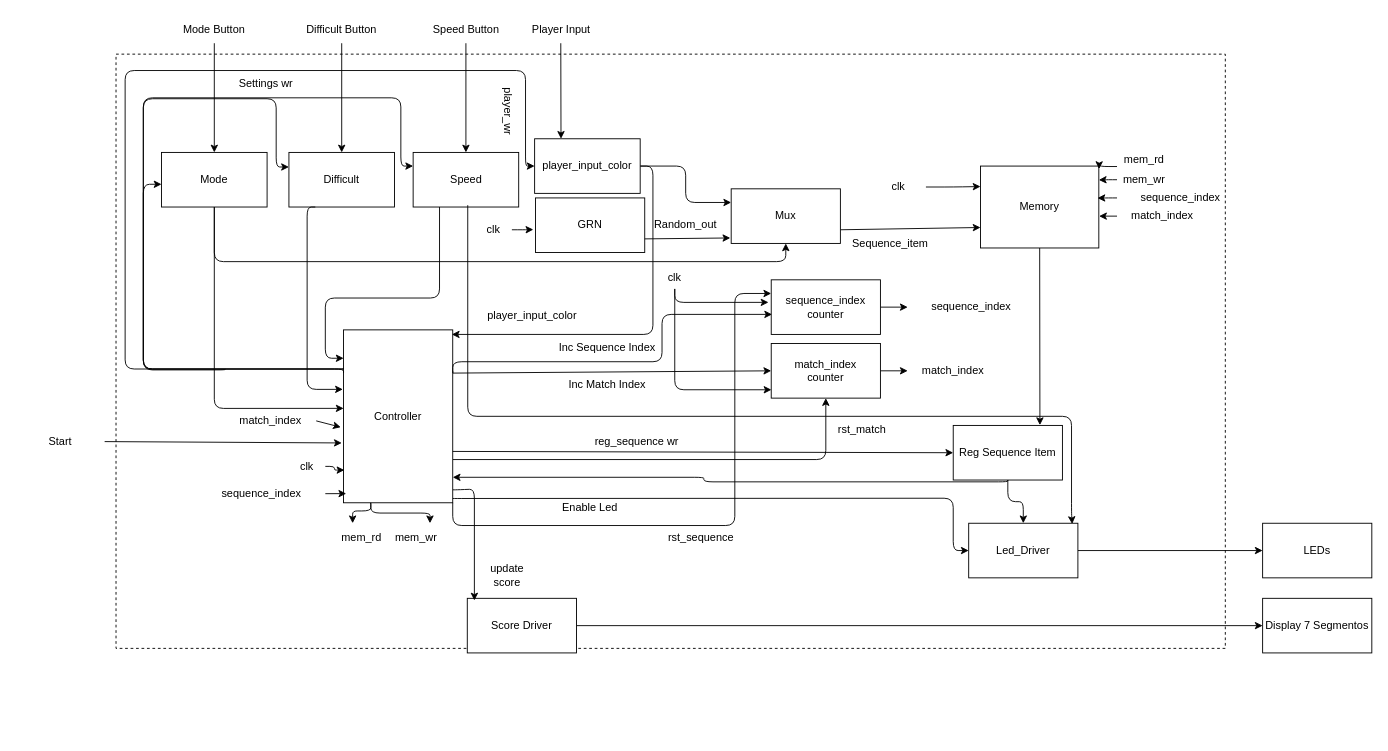
This is doc/microArchiteture.drawio from S4nt1ag0/Genius-PBL, a draw.io file, before an edit. Source tidied: cells renumbered, new cells numbered last; positions are measured from the earlier drawing's top-left corner, leaving out a move shared by most shapes. Both pictures are drawn from the tidied source at 91%, with x=0, y=0 at pixel (15, 15).
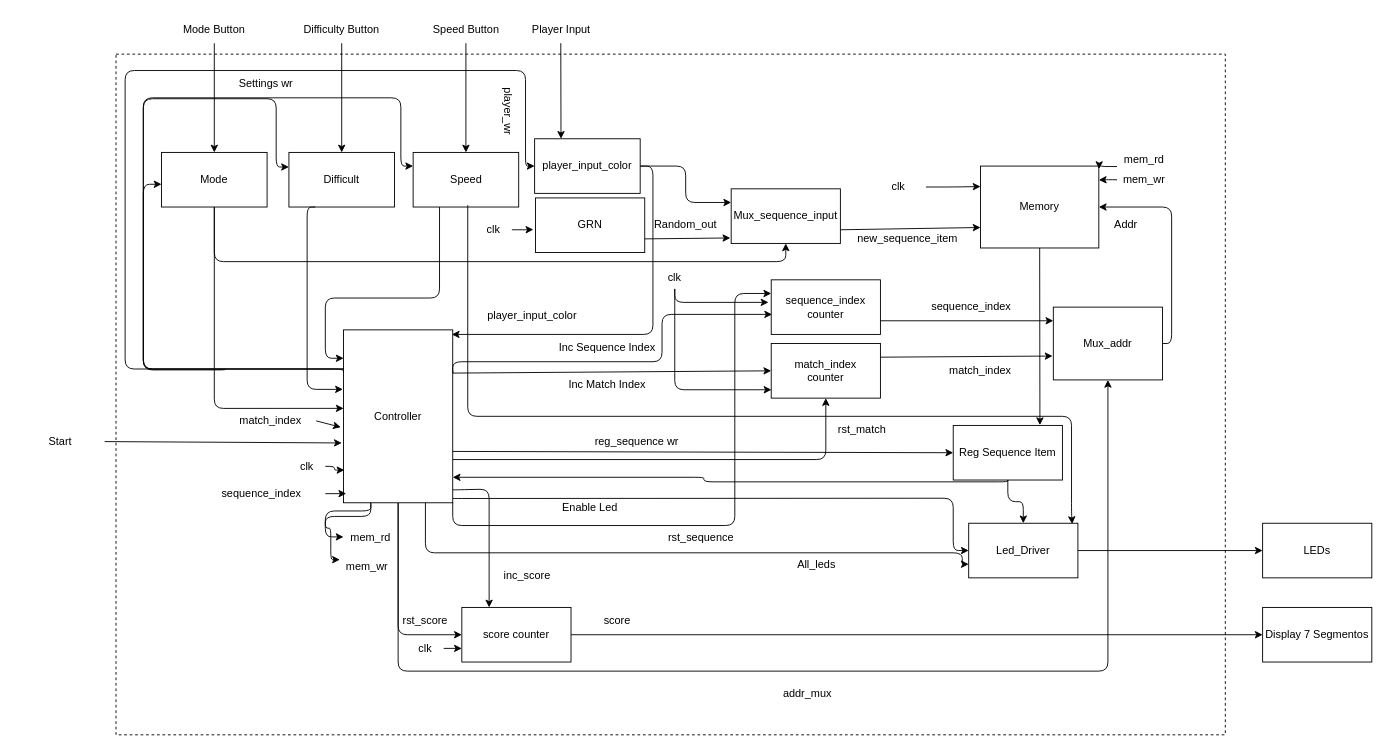
The same diagram, later.

Unchanged cells that the change refers to:
```xml
<mxCell id="12" value="Controller" style="whiteSpace=wrap;html=1;" parent="1" vertex="1">
  <mxGeometry x="360" y="345" width="120" height="190" as="geometry" />
</mxCell>
<mxCell id="14" value="Memory" style="whiteSpace=wrap;html=1;" parent="1" vertex="1">
  <mxGeometry x="1060" y="165" width="130" height="90" as="geometry" />
</mxCell>
<mxCell id="31" value="Led_Driver" style="whiteSpace=wrap;html=1;" parent="1" vertex="1">
  <mxGeometry x="1047" y="557.5" width="120" height="60" as="geometry" />
</mxCell>
<mxCell id="38" value="sequence_index" style="text;strokeColor=none;align=center;fillColor=none;html=1;verticalAlign=middle;whiteSpace=wrap;rounded=0;rotation=0;" parent="1" vertex="1">
  <mxGeometry x="980" y="305" width="140" height="30" as="geometry" />
</mxCell>
<mxCell id="78" value="match_index&lt;div&gt;counter&lt;/div&gt;" style="whiteSpace=wrap;html=1;" parent="1" vertex="1">
  <mxGeometry x="830" y="360" width="120" height="60" as="geometry" />
</mxCell>
<mxCell id="80" value="sequence_index&lt;div&gt;counter&lt;/div&gt;" style="whiteSpace=wrap;html=1;" parent="1" vertex="1">
  <mxGeometry x="830" y="290" width="120" height="60" as="geometry" />
</mxCell>
```

Change to the diagram source:
```diff
@@
     <mxCell id="2" style="whiteSpace=wrap;html=1;dashed=1;" parent="1" vertex="1">
-      <mxGeometry x="110" y="42" width="1219" height="653" as="geometry" />
+      <mxGeometry x="110" y="42" width="1219" height="748" as="geometry" />
     </mxCell>
@@
-    <mxCell id="4" style="edgeStyle=orthogonalEdgeStyle;html=1;exitX=0.25;exitY=1;exitDx=0;exitDy=0;entryX=0.75;entryY=0;entryDx=0;entryDy=0;" parent="1" edge="1" source="12" target="35">
-      <mxGeometry relative="1" as="geometry" />
+    <mxCell id="4" style="edgeStyle=orthogonalEdgeStyle;html=1;exitX=0.25;exitY=1;exitDx=0;exitDy=0;entryX=0;entryY=0.25;entryDx=0;entryDy=0;" parent="1" edge="1" source="12" target="35">
+      <mxGeometry relative="1" as="geometry">
+        <Array as="points">
+          <mxPoint x="390" y="550" />
+          <mxPoint x="340" y="550" />
+          <mxPoint x="340" y="563" />
+          <mxPoint x="346" y="563" />
+          <mxPoint x="346" y="598" />
+        </Array>
+      </mxGeometry>
     </mxCell>
-    <mxCell id="5" style="edgeStyle=orthogonalEdgeStyle;html=1;exitX=0.25;exitY=1;exitDx=0;exitDy=0;" parent="1" edge="1">
+    <mxCell id="5" style="edgeStyle=orthogonalEdgeStyle;html=1;exitX=0.25;exitY=1;exitDx=0;exitDy=0;entryX=0;entryY=0.5;entryDx=0;entryDy=0;" parent="1" edge="1" target="36">
       <mxGeometry relative="1" as="geometry">
         <mxPoint x="380" y="530" as="sourcePoint" />
-        <mxPoint x="370" y="557.5" as="targetPoint" />
         <Array as="points">
           <mxPoint x="390" y="530" />
           <mxPoint x="390" y="544" />
-          <mxPoint x="370" y="544" />
+          <mxPoint x="340" y="544" />
+          <mxPoint x="340" y="573" />
         </Array>
       </mxGeometry>
     </mxCell>
@@
+    <mxCell id="94" style="edgeStyle=orthogonalEdgeStyle;html=1;exitX=0.5;exitY=1;exitDx=0;exitDy=0;entryX=0.5;entryY=1;entryDx=0;entryDy=0;" parent="1" edge="1" source="12" target="99">
+      <mxGeometry relative="1" as="geometry">
+        <Array as="points">
+          <mxPoint x="420" y="720" />
+          <mxPoint x="1200" y="720" />
+        </Array>
+      </mxGeometry>
+    </mxCell>
+    <mxCell id="95" style="edgeStyle=orthogonalEdgeStyle;html=1;exitX=0.5;exitY=1;exitDx=0;exitDy=0;entryX=0;entryY=0.5;entryDx=0;entryDy=0;" parent="1" edge="1" source="12" target="103">
+      <mxGeometry relative="1" as="geometry" />
+    </mxCell>
@@
-    <mxCell id="15" style="edgeStyle=orthogonalEdgeStyle;html=1;exitX=1;exitY=0.5;exitDx=0;exitDy=0;entryX=0;entryY=0.5;entryDx=0;entryDy=0;" parent="1" edge="1" source="16" target="39">
-      <mxGeometry relative="1" as="geometry" />
-    </mxCell>
-    <mxCell id="16" value="Score Driver" style="whiteSpace=wrap;html=1;" parent="1" vertex="1">
-      <mxGeometry x="496" y="640" width="120" height="60" as="geometry" />
-    </mxCell>
@@
-    <mxCell id="20" value="Difficult Button" style="text;strokeColor=none;align=center;fillColor=none;html=1;verticalAlign=middle;whiteSpace=wrap;rounded=0;" parent="1" vertex="1">
+    <mxCell id="20" value="Difficulty Button" style="text;strokeColor=none;align=center;fillColor=none;html=1;verticalAlign=middle;whiteSpace=wrap;rounded=0;" parent="1" vertex="1">
       <mxGeometry x="308" width="100" height="30" as="geometry" />
     </mxCell>
@@
-    <mxCell id="27" value="Sequence_item" style="text;strokeColor=none;align=center;fillColor=none;html=1;verticalAlign=middle;whiteSpace=wrap;rounded=0;" parent="1" vertex="1">
-      <mxGeometry x="921" y="235" width="80" height="30" as="geometry" />
+    <mxCell id="27" value="new_sequence_item" style="text;strokeColor=none;align=center;fillColor=none;html=1;verticalAlign=middle;whiteSpace=wrap;rounded=0;" parent="1" vertex="1">
+      <mxGeometry x="940" y="230" width="80" height="30" as="geometry" />
     </mxCell>
@@
-    <mxCell id="29" value="Mux" style="whiteSpace=wrap;html=1;" parent="1" vertex="1">
+    <mxCell id="29" value="Mux_sequence_input" style="whiteSpace=wrap;html=1;" parent="1" vertex="1">
       <mxGeometry x="786" y="190" width="120" height="60" as="geometry" />
     </mxCell>
@@
-    <mxCell id="32" value="update score" style="text;strokeColor=none;align=center;fillColor=none;html=1;verticalAlign=middle;whiteSpace=wrap;rounded=0;" parent="1" vertex="1">
-      <mxGeometry x="510" y="600" width="60" height="30" as="geometry" />
+    <mxCell id="32" value="inc_score" style="text;strokeColor=none;align=center;fillColor=none;html=1;verticalAlign=middle;whiteSpace=wrap;rounded=0;" parent="1" vertex="1">
+      <mxGeometry x="532" y="600" width="60" height="30" as="geometry" />
     </mxCell>
@@
     <mxCell id="35" value="mem_wr" style="text;strokeColor=none;align=center;fillColor=none;html=1;verticalAlign=middle;whiteSpace=wrap;rounded=0;" parent="1" vertex="1">
-      <mxGeometry x="410" y="557.5" width="60" height="30" as="geometry" />
+      <mxGeometry x="356" y="590" width="60" height="30" as="geometry" />
     </mxCell>
     <mxCell id="36" value="mem_rd" style="text;strokeColor=none;align=center;fillColor=none;html=1;verticalAlign=middle;whiteSpace=wrap;rounded=0;" parent="1" vertex="1">
-      <mxGeometry x="350" y="557.5" width="60" height="30" as="geometry" />
+      <mxGeometry x="360" y="557.5" width="60" height="30" as="geometry" />
     </mxCell>
     <mxCell id="37" value="match_index" style="text;strokeColor=none;align=center;fillColor=none;html=1;verticalAlign=middle;whiteSpace=wrap;rounded=0;rotation=0;" parent="1" vertex="1">
-      <mxGeometry x="980" y="375" width="100" height="30" as="geometry" />
+      <mxGeometry x="1010" y="375" width="100" height="30" as="geometry" />
     </mxCell>
@@
     <mxCell id="39" value="Display 7 Segmentos" style="whiteSpace=wrap;html=1;" parent="1" vertex="1">
-      <mxGeometry x="1370" y="640" width="120" height="60" as="geometry" />
+      <mxGeometry x="1370" y="650" width="120" height="60" as="geometry" />
     </mxCell>
@@
-    <mxCell id="51" value="sequence_index" style="text;strokeColor=none;align=center;fillColor=none;html=1;verticalAlign=middle;whiteSpace=wrap;rounded=0;rotation=0;" parent="1" vertex="1">
-      <mxGeometry x="1210" y="185" width="140" height="30" as="geometry" />
-    </mxCell>
-    <mxCell id="52" value="match_index" style="text;strokeColor=none;align=center;fillColor=none;html=1;verticalAlign=middle;whiteSpace=wrap;rounded=0;rotation=0;" parent="1" vertex="1">
-      <mxGeometry x="1210" y="205" width="100" height="30" as="geometry" />
-    </mxCell>
@@
-    <mxCell id="55" style="edgeStyle=orthogonalEdgeStyle;html=1;exitX=0;exitY=0.5;exitDx=0;exitDy=0;entryX=0.989;entryY=0.391;entryDx=0;entryDy=0;entryPerimeter=0;" parent="1" edge="1" source="51" target="14">
-      <mxGeometry relative="1" as="geometry" />
-    </mxCell>
-    <mxCell id="56" style="edgeStyle=orthogonalEdgeStyle;html=1;exitX=0;exitY=0.5;exitDx=0;exitDy=0;entryX=1.002;entryY=0.604;entryDx=0;entryDy=0;entryPerimeter=0;" parent="1" edge="1" source="52" target="14">
-      <mxGeometry relative="1" as="geometry" />
-    </mxCell>
-    <mxCell id="57" style="edgeStyle=orthogonalEdgeStyle;html=1;entryX=0.065;entryY=0.04;entryDx=0;entryDy=0;entryPerimeter=0;exitX=1.002;exitY=0.925;exitDx=0;exitDy=0;exitPerimeter=0;" parent="1" edge="1" source="12" target="16">
+    <mxCell id="57" style="edgeStyle=orthogonalEdgeStyle;html=1;entryX=0.25;entryY=0;entryDx=0;entryDy=0;exitX=1.002;exitY=0.925;exitDx=0;exitDy=0;exitPerimeter=0;" parent="1" edge="1" source="12" target="103">
       <mxGeometry relative="1" as="geometry">
         <Array as="points">
           <mxPoint x="483" y="521" />
-          <mxPoint x="504" y="520" />
+          <mxPoint x="520" y="520" />
         </Array>
       </mxGeometry>
     </mxCell>
@@
-    <mxCell id="77" style="edgeStyle=none;html=1;exitX=1;exitY=0.5;exitDx=0;exitDy=0;entryX=0;entryY=0.5;entryDx=0;entryDy=0;" parent="1" edge="1" source="78" target="37">
+    <mxCell id="77" style="edgeStyle=none;html=1;exitX=1;exitY=0.25;exitDx=0;exitDy=0;entryX=-0.007;entryY=0.672;entryDx=0;entryDy=0;entryPerimeter=0;" parent="1" edge="1" source="78" target="99">
       <mxGeometry relative="1" as="geometry" />
     </mxCell>
@@
-    <mxCell id="79" style="edgeStyle=none;html=1;exitX=1;exitY=0.5;exitDx=0;exitDy=0;entryX=0;entryY=0.5;entryDx=0;entryDy=0;" parent="1" edge="1" source="80" target="38">
-      <mxGeometry relative="1" as="geometry" />
+    <mxCell id="79" style="edgeStyle=none;html=1;exitX=1;exitY=0.75;exitDx=0;exitDy=0;" parent="1" edge="1" source="80">
+      <mxGeometry relative="1" as="geometry">
+        <mxPoint x="1140" y="335" as="targetPoint" />
+      </mxGeometry>
     </mxCell>
@@
+    <mxCell id="96" style="edgeStyle=orthogonalEdgeStyle;html=1;exitX=0.75;exitY=1;exitDx=0;exitDy=0;entryX=0;entryY=0.75;entryDx=0;entryDy=0;" parent="1" edge="1" source="12" target="31">
+      <mxGeometry relative="1" as="geometry">
+        <Array as="points">
+          <mxPoint x="450" y="590" />
+          <mxPoint x="1040" y="590" />
+          <mxPoint x="1040" y="603" />
+        </Array>
+      </mxGeometry>
+    </mxCell>
+    <mxCell id="97" value="All_leds" style="text;strokeColor=none;align=center;fillColor=none;html=1;verticalAlign=middle;whiteSpace=wrap;rounded=0;" parent="1" vertex="1">
+      <mxGeometry x="850" y="587.5" width="60" height="30" as="geometry" />
+    </mxCell>
+    <mxCell id="98" style="edgeStyle=orthogonalEdgeStyle;html=1;exitX=1;exitY=0.5;exitDx=0;exitDy=0;entryX=1;entryY=0.5;entryDx=0;entryDy=0;" parent="1" edge="1" source="99" target="14">
+      <mxGeometry relative="1" as="geometry" />
+    </mxCell>
+    <mxCell id="99" value="Mux_addr" style="whiteSpace=wrap;html=1;" parent="1" vertex="1">
+      <mxGeometry x="1140" y="320" width="120" height="80" as="geometry" />
+    </mxCell>
+    <mxCell id="100" value="Addr" style="text;strokeColor=none;align=center;fillColor=none;html=1;verticalAlign=middle;whiteSpace=wrap;rounded=0;" parent="1" vertex="1">
+      <mxGeometry x="1190" y="215" width="60" height="30" as="geometry" />
+    </mxCell>
+    <mxCell id="101" value="addr_mux" style="text;strokeColor=none;align=center;fillColor=none;html=1;verticalAlign=middle;whiteSpace=wrap;rounded=0;" parent="1" vertex="1">
+      <mxGeometry x="840" y="730" width="60" height="30" as="geometry" />
+    </mxCell>
+    <mxCell id="102" style="edgeStyle=none;html=1;exitX=1;exitY=0.5;exitDx=0;exitDy=0;entryX=0;entryY=0.5;entryDx=0;entryDy=0;" parent="1" edge="1" source="103" target="39">
+      <mxGeometry relative="1" as="geometry" />
+    </mxCell>
+    <mxCell id="103" value="score counter" style="whiteSpace=wrap;html=1;" parent="1" vertex="1">
+      <mxGeometry x="490" y="650" width="120" height="60" as="geometry" />
+    </mxCell>
+    <mxCell id="104" value="rst_score" style="text;strokeColor=none;align=center;fillColor=none;html=1;verticalAlign=middle;whiteSpace=wrap;rounded=0;" parent="1" vertex="1">
+      <mxGeometry x="420" y="650" width="60" height="30" as="geometry" />
+    </mxCell>
+    <mxCell id="105" style="edgeStyle=none;html=1;exitX=1;exitY=0.5;exitDx=0;exitDy=0;entryX=0;entryY=0.75;entryDx=0;entryDy=0;" parent="1" edge="1" source="106" target="103">
+      <mxGeometry relative="1" as="geometry" />
+    </mxCell>
+    <mxCell id="106" value="clk" style="text;strokeColor=none;align=center;fillColor=none;html=1;verticalAlign=middle;whiteSpace=wrap;rounded=0;" parent="1" vertex="1">
+      <mxGeometry x="430" y="680" width="40" height="30" as="geometry" />
+    </mxCell>
+    <mxCell id="107" value="score" style="text;strokeColor=none;align=center;fillColor=none;html=1;verticalAlign=middle;whiteSpace=wrap;rounded=0;" parent="1" vertex="1">
+      <mxGeometry x="631" y="650" width="60" height="30" as="geometry" />
+    </mxCell>
```
